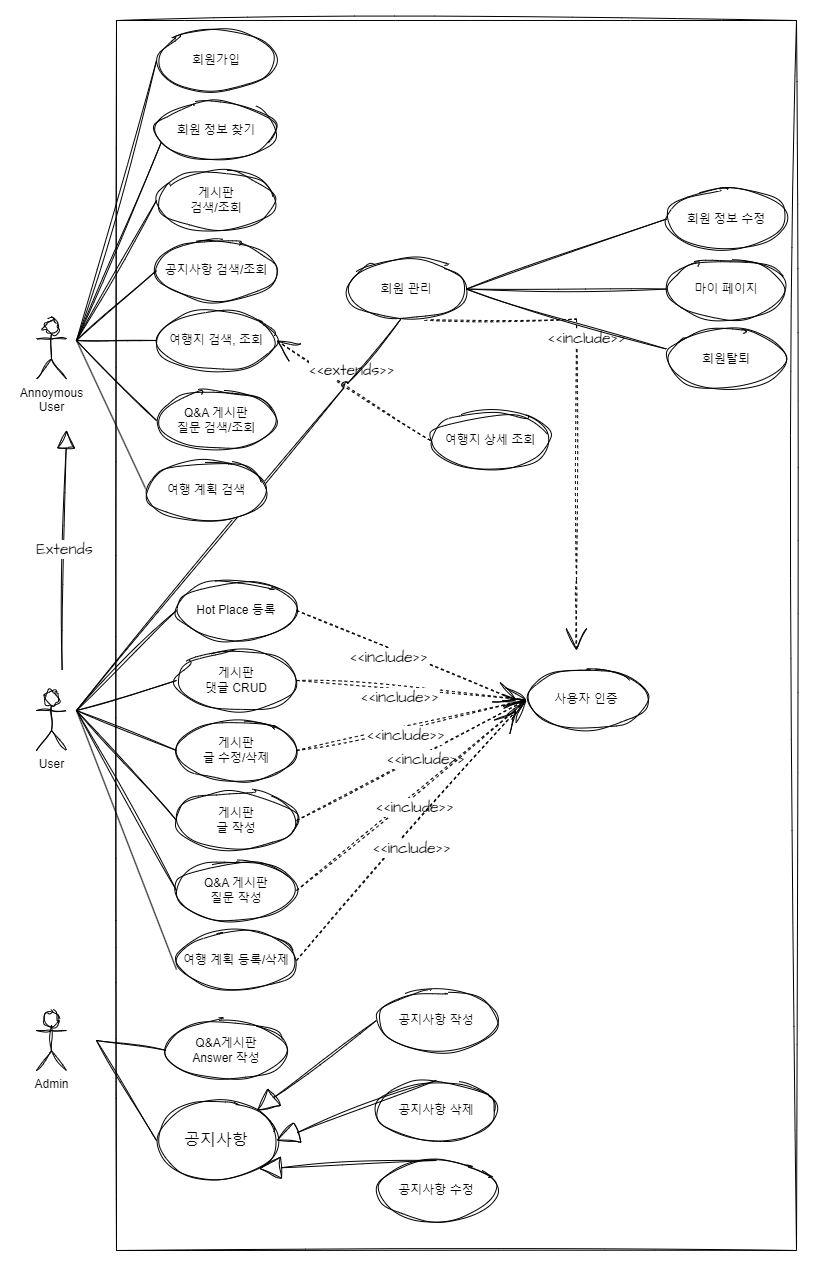
Above: docs/user Usecase.png in dkgusdkfk/Everywhere (draw.io), before the change. Source tidied: cells renumbered, new cells last; positions are measured from the earlier drawing's top-left corner, leaving out a move shared by most shapes.
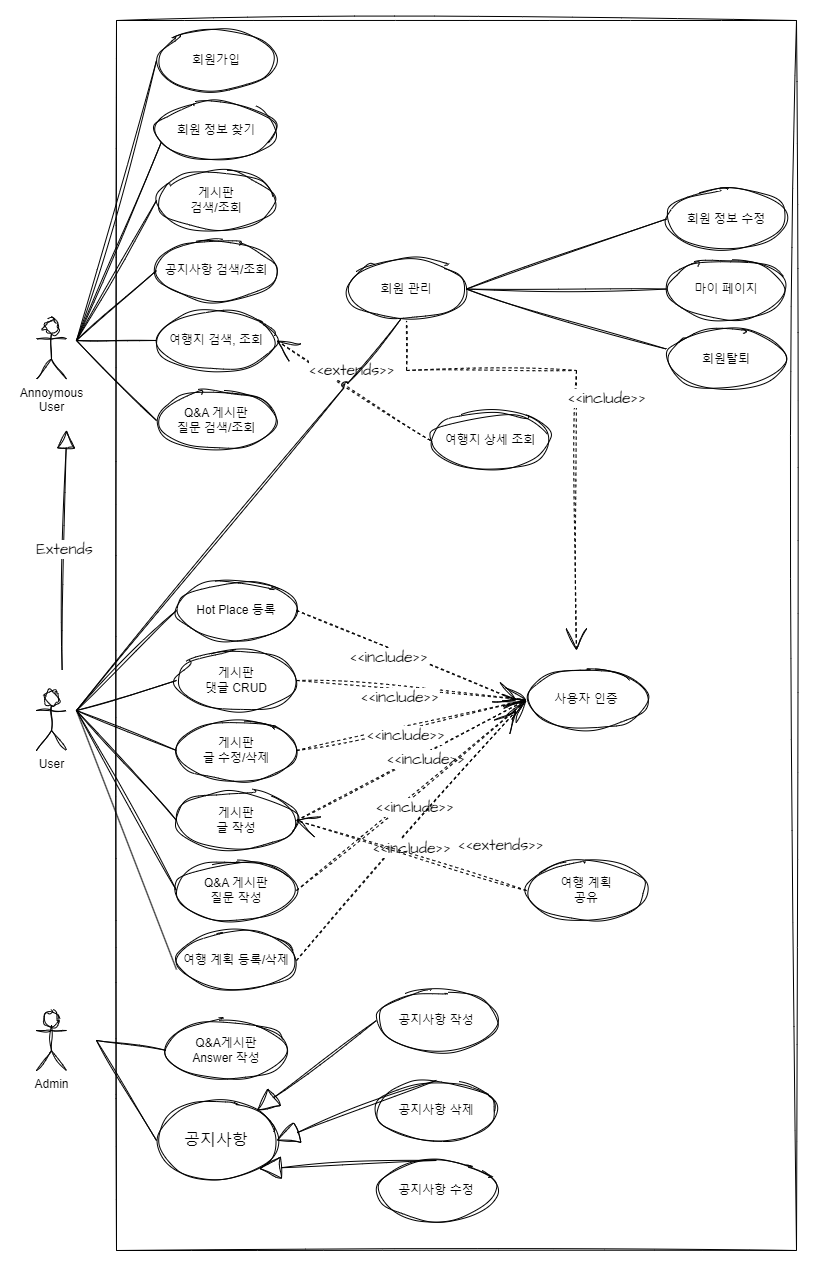
The same file after the commit.

What changed in the source:
```diff
@@ -60,11 +60,11 @@
       <mxGeometry relative="1" as="geometry" />
     </mxCell>
     <mxCell id="19" value="&amp;lt;&amp;lt;include&amp;gt;&amp;gt;" style="html=1;verticalAlign=bottom;endArrow=open;elbow=vertical;rounded=0;sketch=1;hachureGap=4;jiggle=2;curveFitting=1;fontFamily=Architects Daughter;fontSource=https%3A%2F%2Ffonts.googleapis.com%2Fcss%3Ffamily%3DArchitects%2BDaughter;fontSize=16;endFill=0;dashed=1;exitX=0.5;exitY=1;exitDx=0;exitDy=0;edgeStyle=orthogonalEdgeStyle;startSize=0;sourcePerimeterSpacing=0;endSize=20;strokeWidth=1;" parent="1" edge="1" source="37">
-      <mxGeometry x="-0.2" y="10" relative="1" as="geometry">
+      <mxGeometry x="0.04" y="30" relative="1" as="geometry">
         <mxPoint x="540" y="630" as="targetPoint" />
         <Array as="points">
-          <mxPoint x="540" y="560" />
-          <mxPoint x="540" y="560" />
+          <mxPoint x="370" y="350" />
+          <mxPoint x="540" y="350" />
         </Array>
       </mxGeometry>
     </mxCell>
@@ -220,19 +220,11 @@
         <mxPoint x="60" y="1020" as="sourcePoint" />
       </mxGeometry>
     </mxCell>
-    <mxCell id="59" style="endArrow=none;html=1;rounded=0;exitX=0;exitY=0.5;exitDx=0;exitDy=0;" parent="1" edge="1" source="61">
-      <mxGeometry relative="1" as="geometry">
-        <mxPoint x="40" y="320" as="targetPoint" />
-      </mxGeometry>
-    </mxCell>
     <mxCell id="60" style="endArrow=none;html=1;rounded=0;sketch=1;hachureGap=4;jiggle=2;curveFitting=1;fontFamily=Architects Daughter;fontSource=https%3A%2F%2Ffonts.googleapis.com%2Fcss%3Ffamily%3DArchitects%2BDaughter;fontSize=16;entryX=0.45;entryY=1.007;entryDx=0;entryDy=0;entryPerimeter=0;jumpStyle=arc;" parent="1" edge="1" target="37">
       <mxGeometry relative="1" as="geometry">
         <mxPoint x="40" y="690" as="sourcePoint" />
       </mxGeometry>
     </mxCell>
-    <mxCell id="61" value="여행 계획 검색" style="ellipse;whiteSpace=wrap;html=1;rounded=0;labelBackgroundColor=none;sketch=1;jiggle=2;curveFitting=1;strokeColor=default;fontFamily=Helvetica;fontSize=12;fontColor=default;fillColor=default;" parent="1" vertex="1">
-      <mxGeometry x="110" y="440" width="120" height="60" as="geometry" />
-    </mxCell>
     <mxCell id="62" value="여행 계획 등록/삭제" style="ellipse;whiteSpace=wrap;html=1;rounded=0;labelBackgroundColor=none;sketch=1;jiggle=2;curveFitting=1;strokeColor=default;fontFamily=Helvetica;fontSize=12;fontColor=default;fillColor=default;" parent="1" vertex="1">
       <mxGeometry x="140" y="910" width="120" height="60" as="geometry" />
     </mxCell>
@@ -246,5 +238,13 @@
         <mxPoint x="480" y="690" as="targetPoint" />
       </mxGeometry>
     </mxCell>
+    <mxCell id="65" value="여행 계획&lt;br&gt;공유" style="ellipse;whiteSpace=wrap;html=1;rounded=0;labelBackgroundColor=none;sketch=1;jiggle=2;curveFitting=1;strokeColor=default;fontFamily=Helvetica;fontSize=12;fontColor=default;fillColor=default;" parent="1" vertex="1">
+      <mxGeometry x="490" y="840" width="120" height="60" as="geometry" />
+    </mxCell>
+    <mxCell id="66" value="&amp;lt;&amp;lt;extends&amp;gt;&amp;gt;" style="html=1;verticalAlign=bottom;endArrow=open;elbow=vertical;rounded=0;sketch=1;hachureGap=4;jiggle=2;curveFitting=1;fontFamily=Architects Daughter;fontSource=https%3A%2F%2Ffonts.googleapis.com%2Fcss%3Ffamily%3DArchitects%2BDaughter;fontSize=16;endFill=0;dashed=1;exitX=0;exitY=0.5;exitDx=0;exitDy=0;endSize=20;" parent="1" edge="1" source="65">
+      <mxGeometry x="-0.72" y="-24" relative="1" as="geometry">
+        <mxPoint x="260" y="800" as="targetPoint" />
+      </mxGeometry>
+    </mxCell>
   </root>
 </mxGraphModel>
```
